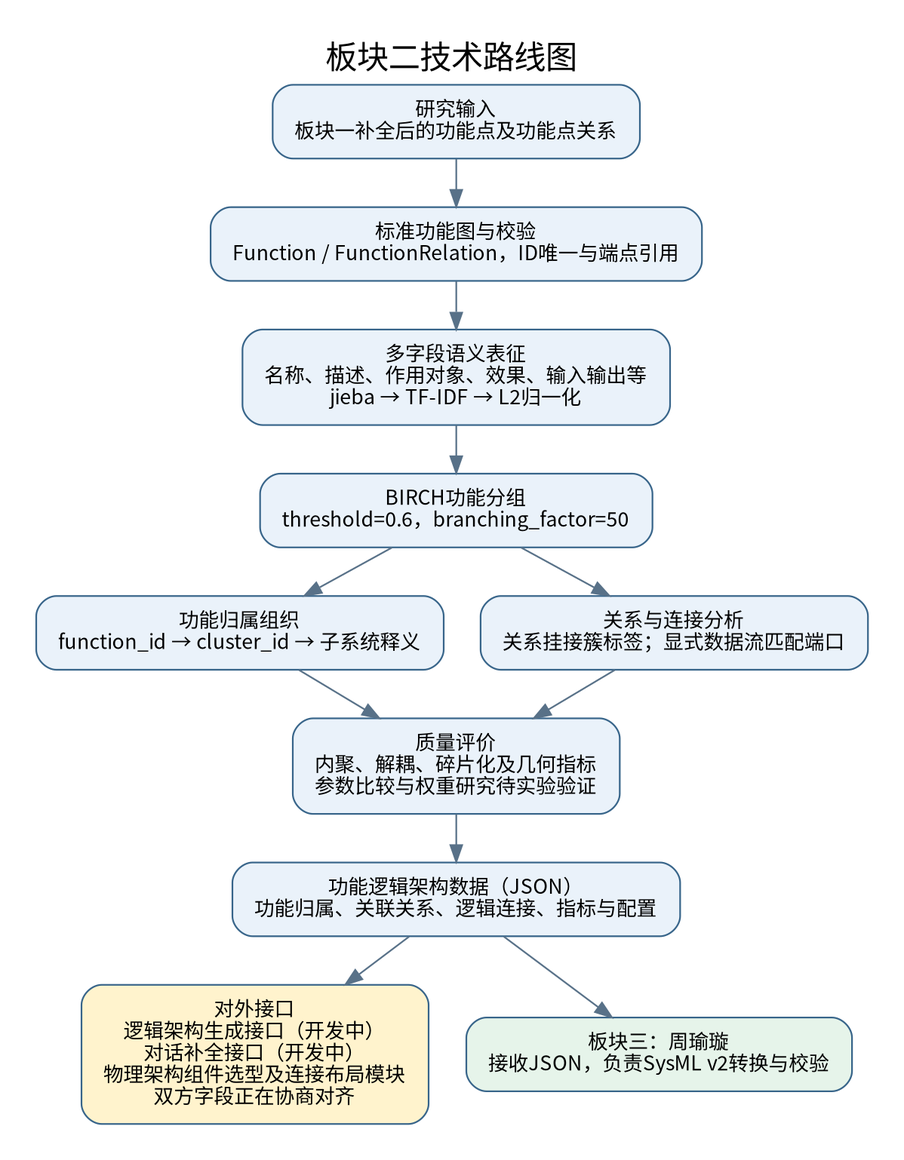
The Graphviz diagram 板块二进度说明/00_板块二技术路线图.png in yueyunsun77-debug/yueyunsun77-debug, before a commit. Its source is kept beside it as 板块二进度说明/00_板块二技术路线图.dot.
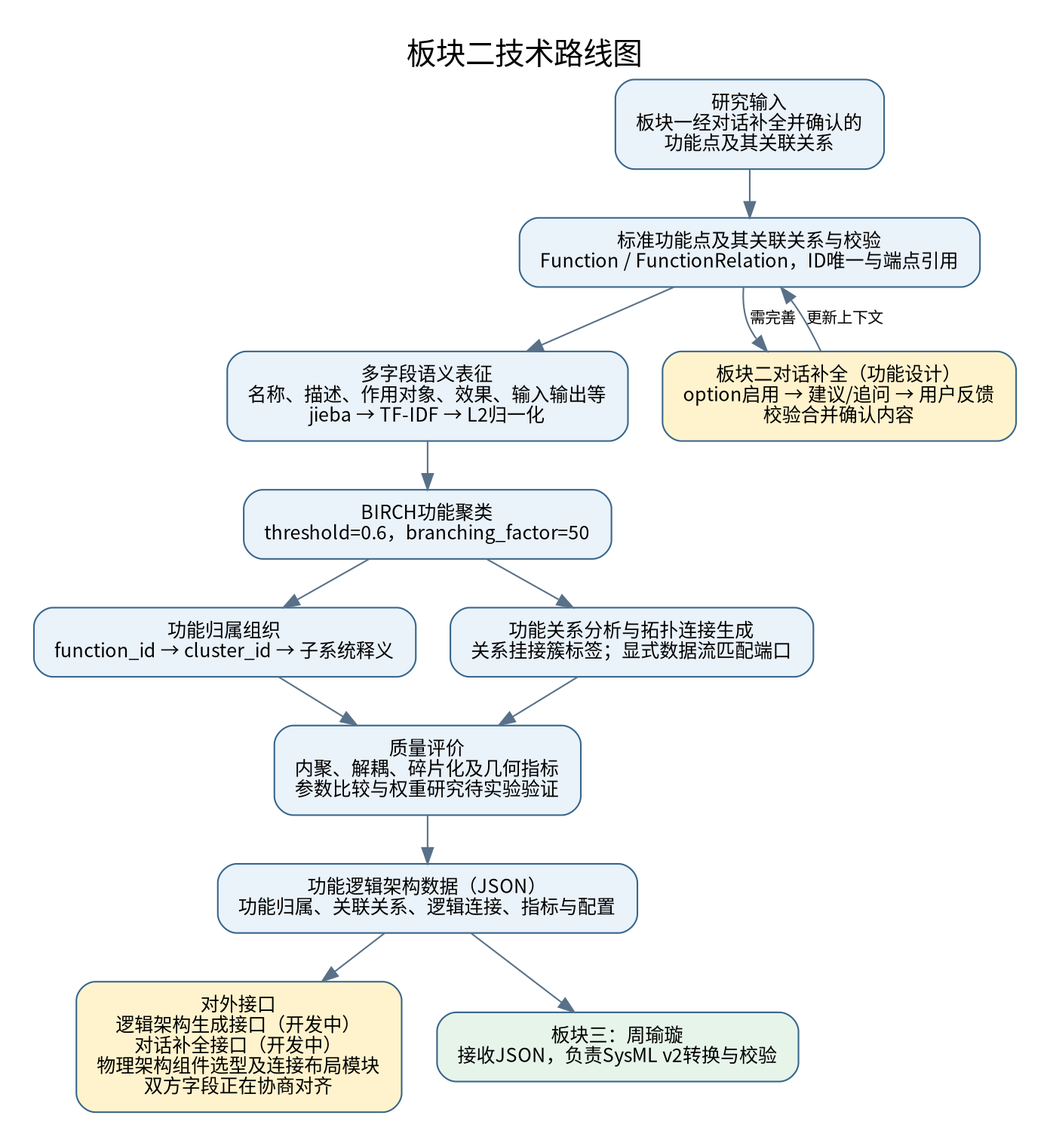
Later version of the same file.

The edit, as a diff of the source:
```diff
@@ -4,17 +4,17 @@
 edge [color="#587188",fontname="Noto Sans CJK SC",fontsize=10];
 label="板块二技术路线图";labelloc=t;
 a[label="研究输入
-板块一补全后的功能点及功能点关系"];
-b[label="标准功能图与校验
+板块一经对话补全并确认的\n功能点及其关联关系"];
+b[label="标准功能点及其关联关系与校验
 Function / FunctionRelation，ID唯一与端点引用"];
 c[label="多字段语义表征
 名称、描述、作用对象、效果、输入输出等
 jieba → TF-IDF → L2归一化"];
-d[label="BIRCH功能分组
+d[label="BIRCH功能聚类
 threshold=0.6，branching_factor=50"];
 e[label="功能归属组织
 function_id → cluster_id → 子系统释义"];
-f[label="关系与连接分析
+f[label="功能关系分析与拓扑连接生成
 关系挂接簇标签；显式数据流匹配端口"];
 g[label="质量评价
 内聚、解耦、碎片化及几何指标
@@ -27,5 +27,7 @@
 物理架构组件选型及连接布局模块\n双方字段正在协商对齐",fillcolor="#FFF3CD"];
 j[label="板块三：周瑜璇
 接收JSON，负责SysML v2转换与校验",fillcolor="#E6F4EA"];
-a->b->c->d;d->e;d->f;e->g;f->g;g->h;h->i;h->j;
+a->b->c->d;
+k[label="板块二对话补全（功能设计）\noption启用 → 建议/追问 → 用户反馈\n校验合并确认内容",fillcolor="#FFF3CD"];
+b->k[label="需完善"];k->b[label="更新上下文"];d->e;d->f;e->g;f->g;g->h;h->i;h->j;
 }
```
